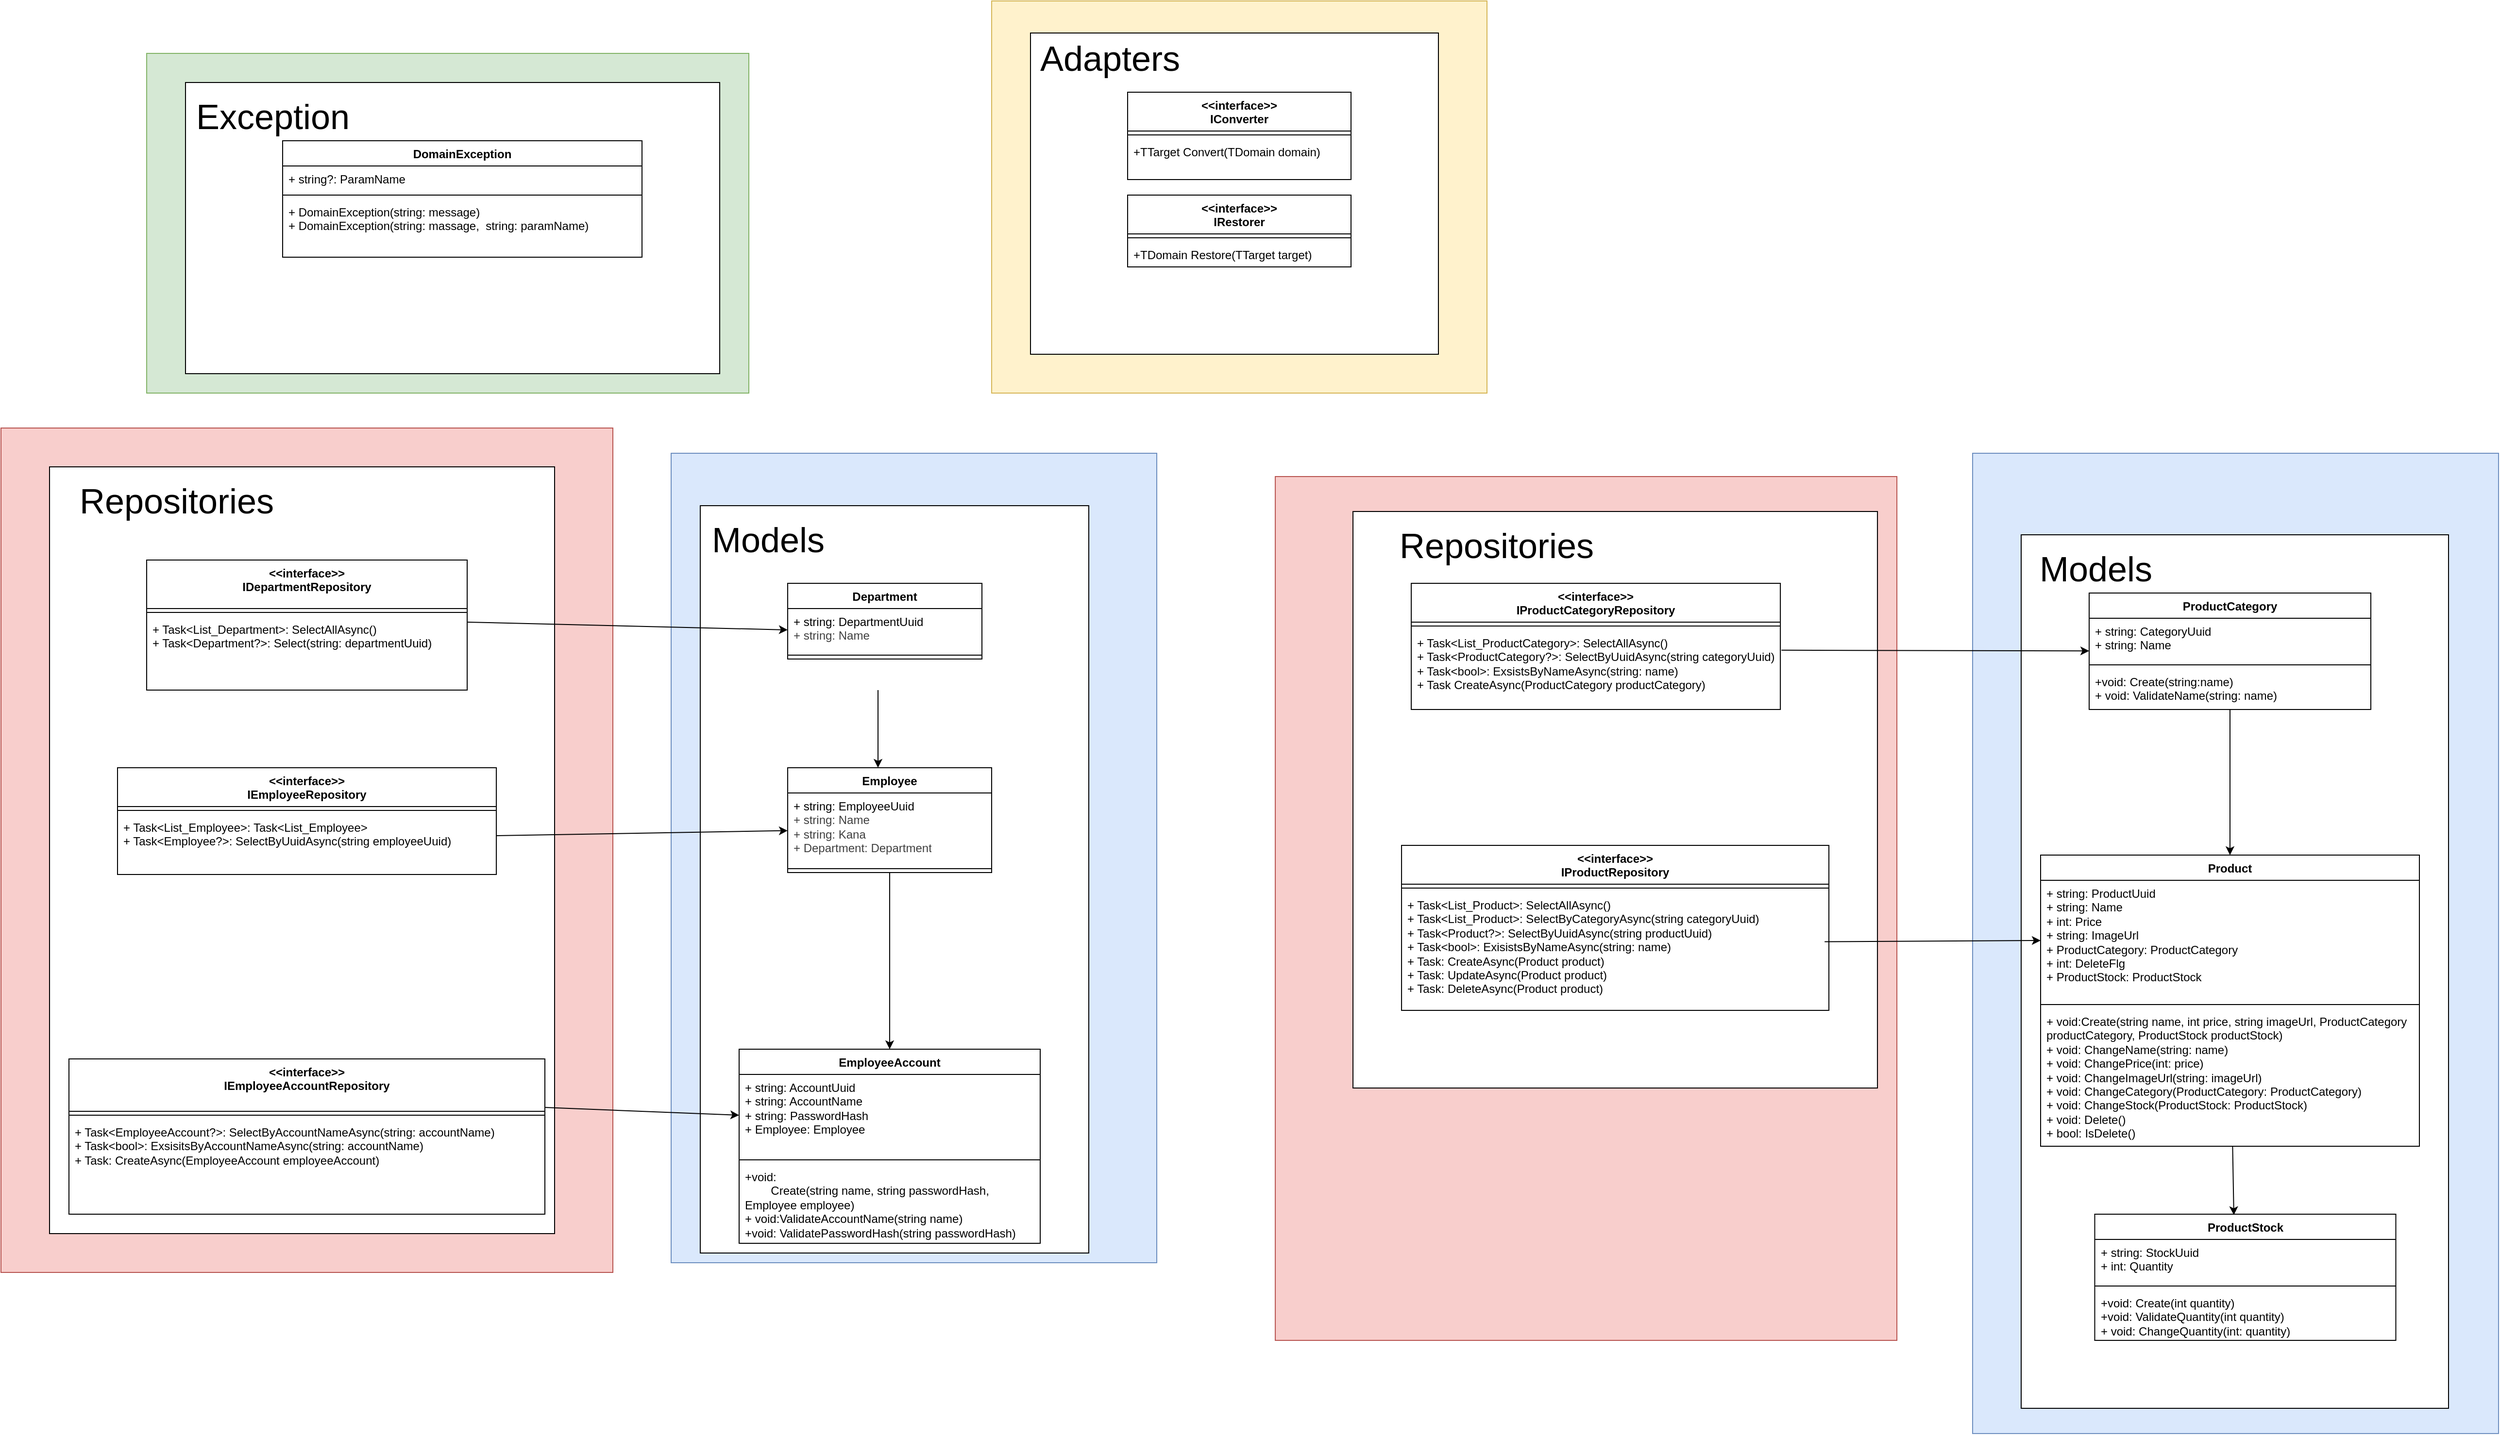
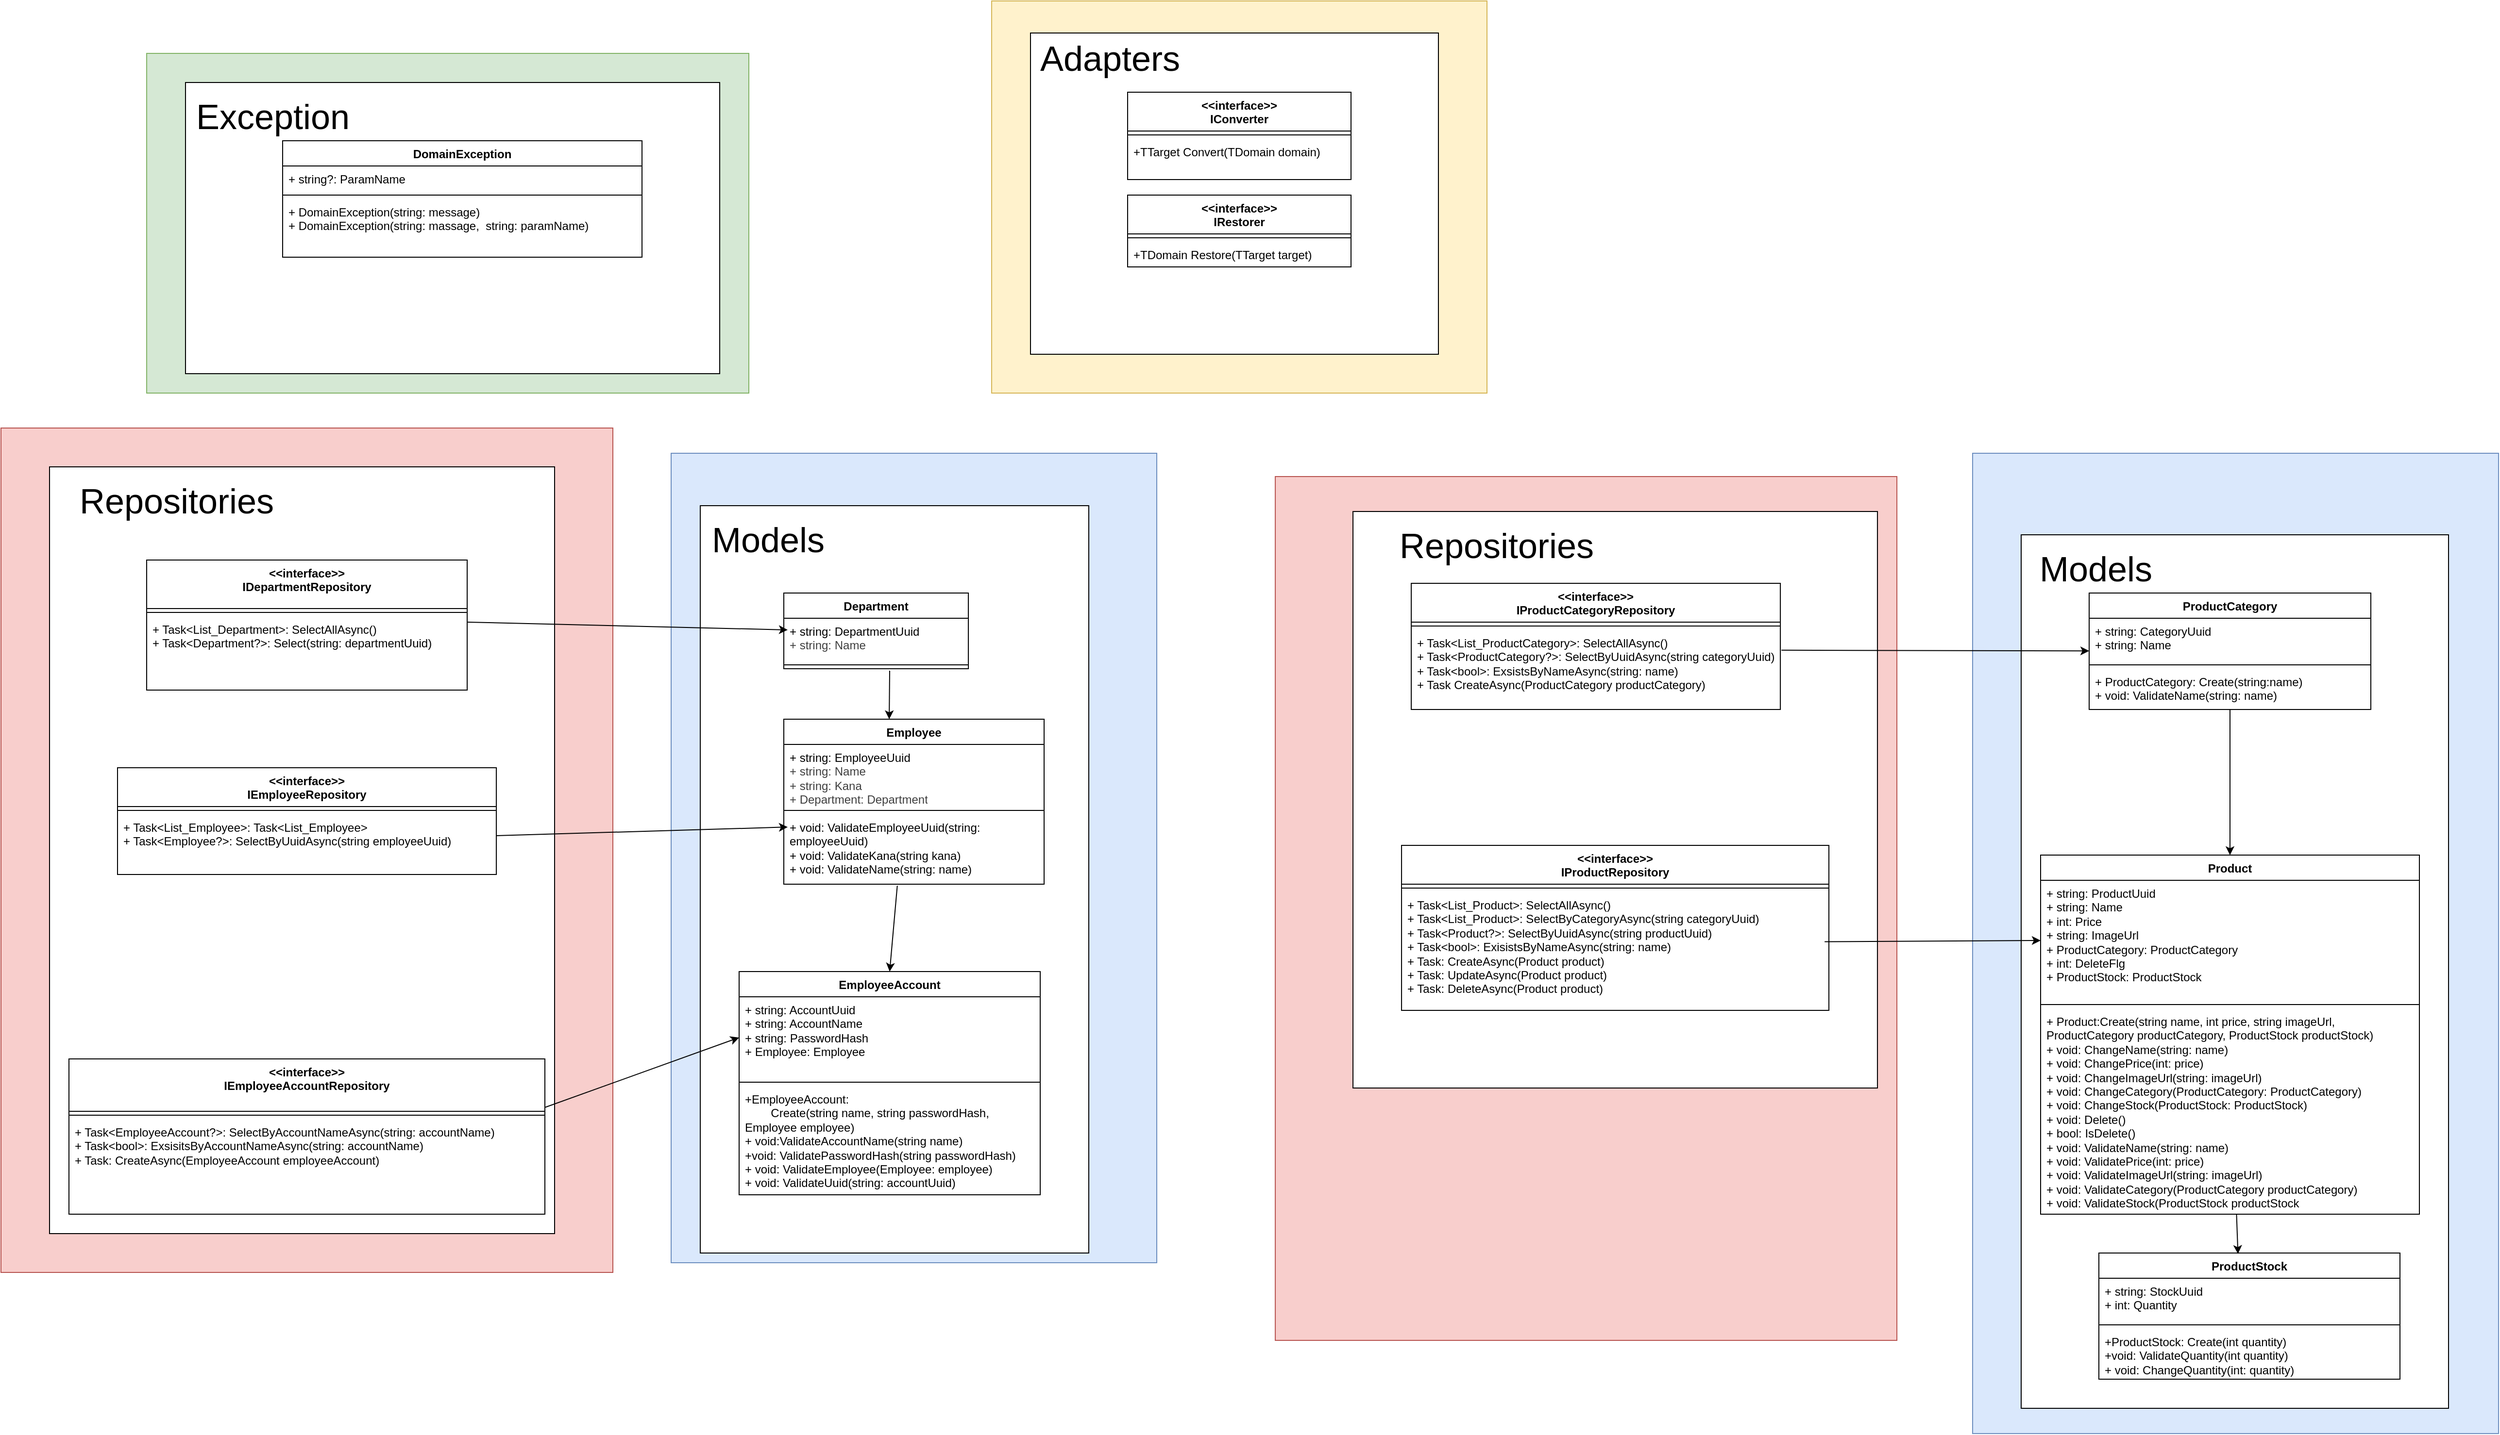
<mxfile host="65bd71144e">
    <diagram id="KKfMD3SemsG6aV6jb4rE" name="ページ1">
-         <mxGraphModel dx="3276" dy="1979" grid="1" gridSize="10" guides="1" tooltips="1" connect="1" arrows="1" fold="1" page="1" pageScale="1" pageWidth="827" pageHeight="1169" math="0" shadow="0">
+         <mxGraphModel dx="4239" dy="2217" grid="1" gridSize="10" guides="1" tooltips="1" connect="1" arrows="1" fold="1" page="1" pageScale="1" pageWidth="827" pageHeight="1169" math="0" shadow="0">
            <root>
                <mxCell id="0"/>
                <mxCell id="1" parent="0"/>
                <mxCell id="99" value="" style="rounded=0;whiteSpace=wrap;html=1;fillColor=#d5e8d4;strokeColor=#82b366;" parent="1" vertex="1">
                    <mxGeometry x="-1460" y="-826" width="620" height="350" as="geometry"/>
                </mxCell>
                <mxCell id="97" value="" style="rounded=0;whiteSpace=wrap;html=1;" parent="1" vertex="1">
                    <mxGeometry x="-1420" y="-796" width="550" height="300" as="geometry"/>
                </mxCell>
                <mxCell id="88" value="" style="rounded=0;whiteSpace=wrap;html=1;fillColor=#dae8fc;strokeColor=#6c8ebf;" parent="1" vertex="1">
                    <mxGeometry x="420" y="-414" width="541.5" height="1010" as="geometry"/>
                </mxCell>
                <mxCell id="87" value="" style="rounded=0;whiteSpace=wrap;html=1;" parent="1" vertex="1">
                    <mxGeometry x="470" y="-330" width="440" height="900" as="geometry"/>
                </mxCell>
                <mxCell id="85" value="" style="rounded=0;whiteSpace=wrap;html=1;fillColor=#dae8fc;strokeColor=#6c8ebf;" parent="1" vertex="1">
                    <mxGeometry x="-920" y="-414" width="500" height="834" as="geometry"/>
                </mxCell>
                <mxCell id="84" value="" style="rounded=0;whiteSpace=wrap;html=1;" parent="1" vertex="1">
                    <mxGeometry x="-890" y="-360" width="400" height="770" as="geometry"/>
                </mxCell>
                <mxCell id="82" value="" style="rounded=0;whiteSpace=wrap;html=1;fillColor=#f8cecc;strokeColor=#b85450;" parent="1" vertex="1">
                    <mxGeometry x="-297.97" y="-390" width="640" height="890" as="geometry"/>
                </mxCell>
                <mxCell id="80" value="" style="rounded=0;whiteSpace=wrap;html=1;" parent="1" vertex="1">
                    <mxGeometry x="-217.97" y="-354" width="540" height="594" as="geometry"/>
                </mxCell>
                <mxCell id="78" value="" style="rounded=0;whiteSpace=wrap;html=1;fillColor=#f8cecc;strokeColor=#b85450;" parent="1" vertex="1">
                    <mxGeometry x="-1610" y="-440" width="630" height="870" as="geometry"/>
                </mxCell>
                <mxCell id="77" value="" style="rounded=0;whiteSpace=wrap;html=1;" parent="1" vertex="1">
                    <mxGeometry x="-1560" y="-400" width="520" height="790" as="geometry"/>
                </mxCell>
                <mxCell id="76" value="" style="rounded=0;whiteSpace=wrap;html=1;fillColor=#fff2cc;strokeColor=#d6b656;" parent="1" vertex="1">
                    <mxGeometry x="-590" y="-880" width="510" height="404" as="geometry"/>
                </mxCell>
                <mxCell id="74" value="" style="rounded=0;whiteSpace=wrap;html=1;" parent="1" vertex="1">
                    <mxGeometry x="-550" y="-847" width="420" height="331" as="geometry"/>
                </mxCell>
                <mxCell id="10" value="EmployeeAccount" style="swimlane;fontStyle=1;align=center;verticalAlign=top;childLayout=stackLayout;horizontal=1;startSize=26;horizontalStack=0;resizeParent=1;resizeParentMax=0;resizeLast=0;collapsible=1;marginBottom=0;whiteSpace=wrap;html=1;" parent="1" vertex="1">
-                     <mxGeometry x="-850" y="200" width="310" height="200" as="geometry"/>
+                     <mxGeometry x="-850" y="120" width="310" height="230" as="geometry"/>
                </mxCell>
                <mxCell id="11" value="+ string: AccountUuid&lt;div&gt;+ string: AccountName&lt;/div&gt;&lt;div&gt;+ string: PasswordHash&lt;/div&gt;&lt;div&gt;+ Employee: Employee&lt;/div&gt;" style="text;strokeColor=none;fillColor=none;align=left;verticalAlign=top;spacingLeft=4;spacingRight=4;overflow=hidden;rotatable=0;points=[[0,0.5],[1,0.5]];portConstraint=eastwest;whiteSpace=wrap;html=1;" parent="10" vertex="1">
                    <mxGeometry y="26" width="310" height="84" as="geometry"/>
                </mxCell>
                <mxCell id="12" value="" style="line;strokeWidth=1;fillColor=none;align=left;verticalAlign=middle;spacingTop=-1;spacingLeft=3;spacingRight=3;rotatable=0;labelPosition=right;points=[];portConstraint=eastwest;strokeColor=inherit;" parent="10" vertex="1">
                    <mxGeometry y="110" width="310" height="8" as="geometry"/>
                </mxCell>
-                 <mxCell id="13" value="&lt;div&gt;+void:&amp;nbsp; &lt;br&gt;&lt;span style=&quot;white-space: pre;&quot;&gt;&#x9;&lt;/span&gt;Create(string name, string passwordHash, Employee employee)&lt;/div&gt;&lt;div&gt;+ void:ValidateAccountName(string name)&lt;/div&gt;&lt;div&gt;+void: ValidatePasswordHash(string passwordHash)&lt;/div&gt;&lt;div&gt;&lt;br&gt;&lt;/div&gt;" style="text;strokeColor=none;fillColor=none;align=left;verticalAlign=top;spacingLeft=4;spacingRight=4;overflow=hidden;rotatable=0;points=[[0,0.5],[1,0.5]];portConstraint=eastwest;whiteSpace=wrap;html=1;" parent="10" vertex="1">
-                     <mxGeometry y="118" width="310" height="82" as="geometry"/>
+                 <mxCell id="13" value="&lt;div&gt;+EmployeeAccount:&amp;nbsp; &lt;br&gt;&lt;span style=&quot;white-space: pre;&quot;&gt;&#x9;&lt;/span&gt;Create(string name, string passwordHash, Employee employee)&lt;/div&gt;&lt;div&gt;+ void:ValidateAccountName(string name)&lt;/div&gt;&lt;div&gt;+void: ValidatePasswordHash(string passwordHash)&lt;/div&gt;&lt;div&gt;+ void: ValidateEmployee(Employee: employee)&lt;/div&gt;&lt;div&gt;+ void: ValidateUuid(string: accountUuid)&lt;/div&gt;" style="text;strokeColor=none;fillColor=none;align=left;verticalAlign=top;spacingLeft=4;spacingRight=4;overflow=hidden;rotatable=0;points=[[0,0.5],[1,0.5]];portConstraint=eastwest;whiteSpace=wrap;html=1;" parent="10" vertex="1">
+                     <mxGeometry y="118" width="310" height="112" as="geometry"/>
                </mxCell>
                <mxCell id="14" value="ProductCategory" style="swimlane;fontStyle=1;align=center;verticalAlign=top;childLayout=stackLayout;horizontal=1;startSize=26;horizontalStack=0;resizeParent=1;resizeParentMax=0;resizeLast=0;collapsible=1;marginBottom=0;whiteSpace=wrap;html=1;" parent="1" vertex="1">
                    <mxGeometry x="540" y="-270" width="290" height="120" as="geometry"/>
                </mxCell>
                <mxCell id="15" value="+ string: CategoryUuid&lt;div&gt;+ string: Name&lt;/div&gt;" style="text;strokeColor=none;fillColor=none;align=left;verticalAlign=top;spacingLeft=4;spacingRight=4;overflow=hidden;rotatable=0;points=[[0,0.5],[1,0.5]];portConstraint=eastwest;whiteSpace=wrap;html=1;" parent="14" vertex="1">
                    <mxGeometry y="26" width="290" height="44" as="geometry"/>
                </mxCell>
                <mxCell id="16" value="" style="line;strokeWidth=1;fillColor=none;align=left;verticalAlign=middle;spacingTop=-1;spacingLeft=3;spacingRight=3;rotatable=0;labelPosition=right;points=[];portConstraint=eastwest;strokeColor=inherit;" parent="14" vertex="1">
                    <mxGeometry y="70" width="290" height="8" as="geometry"/>
                </mxCell>
-                 <mxCell id="17" value="&lt;div&gt;+void: Create(string:name)&lt;/div&gt;+ void: ValidateName(string: name)" style="text;strokeColor=none;fillColor=none;align=left;verticalAlign=top;spacingLeft=4;spacingRight=4;overflow=hidden;rotatable=0;points=[[0,0.5],[1,0.5]];portConstraint=eastwest;whiteSpace=wrap;html=1;" parent="14" vertex="1">
+                 <mxCell id="17" value="&lt;div&gt;+ ProductCategory: Create(string:name)&lt;/div&gt;+ void: ValidateName(string: name)" style="text;strokeColor=none;fillColor=none;align=left;verticalAlign=top;spacingLeft=4;spacingRight=4;overflow=hidden;rotatable=0;points=[[0,0.5],[1,0.5]];portConstraint=eastwest;whiteSpace=wrap;html=1;" parent="14" vertex="1">
                    <mxGeometry y="78" width="290" height="42" as="geometry"/>
                </mxCell>
                <mxCell id="18" value="Product" style="swimlane;fontStyle=1;align=center;verticalAlign=top;childLayout=stackLayout;horizontal=1;startSize=26;horizontalStack=0;resizeParent=1;resizeParentMax=0;resizeLast=0;collapsible=1;marginBottom=0;whiteSpace=wrap;html=1;" parent="1" vertex="1">
-                     <mxGeometry x="490" width="390" height="300" as="geometry"/>
+                     <mxGeometry x="490" width="390" height="370" as="geometry"/>
                </mxCell>
                <mxCell id="19" value="+ string: ProductUuid&lt;div&gt;+ string: Name&lt;/div&gt;&lt;div&gt;+ int: Price&lt;/div&gt;&lt;div&gt;+ string: ImageUrl&lt;/div&gt;&lt;div&gt;+ ProductCategory: ProductCategory&lt;/div&gt;&lt;div&gt;+ int: DeleteFlg&lt;/div&gt;&lt;div&gt;+ ProductStock: ProductStock&lt;/div&gt;" style="text;strokeColor=none;fillColor=none;align=left;verticalAlign=top;spacingLeft=4;spacingRight=4;overflow=hidden;rotatable=0;points=[[0,0.5],[1,0.5]];portConstraint=eastwest;whiteSpace=wrap;html=1;" parent="18" vertex="1">
                    <mxGeometry y="26" width="390" height="124" as="geometry"/>
                </mxCell>
                <mxCell id="20" value="" style="line;strokeWidth=1;fillColor=none;align=left;verticalAlign=middle;spacingTop=-1;spacingLeft=3;spacingRight=3;rotatable=0;labelPosition=right;points=[];portConstraint=eastwest;strokeColor=inherit;" parent="18" vertex="1">
                    <mxGeometry y="150" width="390" height="8" as="geometry"/>
                </mxCell>
-                 <mxCell id="21" value="&lt;div&gt;+ void:Create(string name, int price, string imageUrl, ProductCategory productCategory, ProductStock productStock)&lt;/div&gt;+ void: ChangeName(string: name)&lt;div&gt;+ void: ChangePrice(int: price)&lt;/div&gt;&lt;div&gt;+ void: ChangeImageUrl(string: imageUrl)&lt;/div&gt;&lt;div&gt;+ void: ChangeCategory(ProductCategory: ProductCategory)&lt;/div&gt;&lt;div&gt;+ void: ChangeStock(ProductStock: ProductStock)&lt;/div&gt;&lt;div&gt;+ void: Delete()&lt;/div&gt;&lt;div&gt;+ bool: IsDelete()&amp;nbsp;&lt;/div&gt;" style="text;strokeColor=none;fillColor=none;align=left;verticalAlign=top;spacingLeft=4;spacingRight=4;overflow=hidden;rotatable=0;points=[[0,0.5],[1,0.5]];portConstraint=eastwest;whiteSpace=wrap;html=1;" parent="18" vertex="1">
-                     <mxGeometry y="158" width="390" height="142" as="geometry"/>
+                 <mxCell id="21" value="&lt;div&gt;+ Product:Create(string name, int price, string imageUrl, ProductCategory productCategory, ProductStock productStock)&lt;/div&gt;+ void: ChangeName(string: name)&lt;div&gt;+ void: ChangePrice(int: price)&lt;/div&gt;&lt;div&gt;+ void: ChangeImageUrl(string: imageUrl)&lt;/div&gt;&lt;div&gt;+ void: ChangeCategory(ProductCategory: ProductCategory)&lt;/div&gt;&lt;div&gt;+ void: ChangeStock(ProductStock: ProductStock)&lt;/div&gt;&lt;div&gt;+ void: Delete()&lt;/div&gt;&lt;div&gt;+ bool: IsDelete()&amp;nbsp;&lt;/div&gt;&lt;div&gt;+ void: ValidateName(string: name)&lt;/div&gt;&lt;div&gt;+ void: ValidatePrice(int: price)&lt;/div&gt;&lt;div&gt;+ void: ValidateImageUrl(string: imageUrl)&lt;/div&gt;&lt;div&gt;+ void: ValidateCategory(ProductCategory productCategory)&lt;/div&gt;&lt;div&gt;+ void: ValidateStock(ProductStock productStock&lt;/div&gt;" style="text;strokeColor=none;fillColor=none;align=left;verticalAlign=top;spacingLeft=4;spacingRight=4;overflow=hidden;rotatable=0;points=[[0,0.5],[1,0.5]];portConstraint=eastwest;whiteSpace=wrap;html=1;" parent="18" vertex="1">
+                     <mxGeometry y="158" width="390" height="212" as="geometry"/>
                </mxCell>
                <mxCell id="22" value="ProductStock" style="swimlane;fontStyle=1;align=center;verticalAlign=top;childLayout=stackLayout;horizontal=1;startSize=26;horizontalStack=0;resizeParent=1;resizeParentMax=0;resizeLast=0;collapsible=1;marginBottom=0;whiteSpace=wrap;html=1;" parent="1" vertex="1">
-                     <mxGeometry x="545.75" y="370" width="310" height="130" as="geometry"/>
+                     <mxGeometry x="550" y="410" width="310" height="130" as="geometry"/>
                </mxCell>
                <mxCell id="23" value="+ string: StockUuid&lt;div&gt;+ int: Quantity&lt;/div&gt;" style="text;strokeColor=none;fillColor=none;align=left;verticalAlign=top;spacingLeft=4;spacingRight=4;overflow=hidden;rotatable=0;points=[[0,0.5],[1,0.5]];portConstraint=eastwest;whiteSpace=wrap;html=1;" parent="22" vertex="1">
                    <mxGeometry y="26" width="310" height="44" as="geometry"/>
                </mxCell>
                <mxCell id="24" value="" style="line;strokeWidth=1;fillColor=none;align=left;verticalAlign=middle;spacingTop=-1;spacingLeft=3;spacingRight=3;rotatable=0;labelPosition=right;points=[];portConstraint=eastwest;strokeColor=inherit;" parent="22" vertex="1">
                    <mxGeometry y="70" width="310" height="8" as="geometry"/>
                </mxCell>
-                 <mxCell id="25" value="&lt;div&gt;+void: Create(int quantity)&lt;/div&gt;&lt;div&gt;+void: ValidateQuantity(int quantity)&lt;/div&gt;+ void: ChangeQuantity(int: quantity)&lt;div&gt;&lt;br&gt;&lt;/div&gt;" style="text;strokeColor=none;fillColor=none;align=left;verticalAlign=top;spacingLeft=4;spacingRight=4;overflow=hidden;rotatable=0;points=[[0,0.5],[1,0.5]];portConstraint=eastwest;whiteSpace=wrap;html=1;" parent="22" vertex="1">
+                 <mxCell id="25" value="&lt;div&gt;+ProductStock: Create(int quantity)&lt;/div&gt;&lt;div&gt;+void: ValidateQuantity(int quantity)&lt;/div&gt;+ void: ChangeQuantity(int: quantity)&lt;div&gt;&lt;br&gt;&lt;/div&gt;" style="text;strokeColor=none;fillColor=none;align=left;verticalAlign=top;spacingLeft=4;spacingRight=4;overflow=hidden;rotatable=0;points=[[0,0.5],[1,0.5]];portConstraint=eastwest;whiteSpace=wrap;html=1;" parent="22" vertex="1">
                    <mxGeometry y="78" width="310" height="52" as="geometry"/>
-                 </mxCell>
-                 <mxCell id="26" value="&lt;span style=&quot;color: rgb(0, 0, 0);&quot;&gt;Department&lt;/span&gt;" style="swimlane;fontStyle=1;align=center;verticalAlign=top;childLayout=stackLayout;horizontal=1;startSize=26;horizontalStack=0;resizeParent=1;resizeParentMax=0;resizeLast=0;collapsible=1;marginBottom=0;whiteSpace=wrap;html=1;" parent="1" vertex="1">
-                     <mxGeometry x="-800" y="-280" width="200" height="78" as="geometry"/>
-                 </mxCell>
-                 <mxCell id="27" value="&lt;span style=&quot;color: rgb(0, 0, 0);&quot;&gt;+ string: DepartmentUuid&lt;/span&gt;&lt;div style=&quot;color: rgb(63, 63, 63); scrollbar-color: rgb(226, 226, 226) rgb(251, 251, 251);&quot;&gt;+ string: Name&amp;nbsp;&lt;/div&gt;" style="text;strokeColor=none;fillColor=none;align=left;verticalAlign=top;spacingLeft=4;spacingRight=4;overflow=hidden;rotatable=0;points=[[0,0.5],[1,0.5]];portConstraint=eastwest;whiteSpace=wrap;html=1;" parent="26" vertex="1">
-                     <mxGeometry y="26" width="200" height="44" as="geometry"/>
-                 </mxCell>
-                 <mxCell id="28" value="" style="line;strokeWidth=1;fillColor=none;align=left;verticalAlign=middle;spacingTop=-1;spacingLeft=3;spacingRight=3;rotatable=0;labelPosition=right;points=[];portConstraint=eastwest;strokeColor=inherit;" parent="26" vertex="1">
-                     <mxGeometry y="70" width="200" height="8" as="geometry"/>
-                 </mxCell>
-                 <mxCell id="30" value="&lt;span style=&quot;color: rgb(0, 0, 0);&quot;&gt;Employee&lt;/span&gt;" style="swimlane;fontStyle=1;align=center;verticalAlign=top;childLayout=stackLayout;horizontal=1;startSize=26;horizontalStack=0;resizeParent=1;resizeParentMax=0;resizeLast=0;collapsible=1;marginBottom=0;whiteSpace=wrap;html=1;" parent="1" vertex="1">
-                     <mxGeometry x="-800" y="-90" width="210" height="108" as="geometry"/>
-                 </mxCell>
-                 <mxCell id="31" value="&lt;span style=&quot;color: rgb(0, 0, 0);&quot;&gt;+ string: EmployeeUuid&lt;/span&gt;&lt;div style=&quot;color: rgb(63, 63, 63); scrollbar-color: rgb(226, 226, 226) rgb(251, 251, 251);&quot;&gt;+ string: Name&lt;/div&gt;&lt;div style=&quot;color: rgb(63, 63, 63); scrollbar-color: rgb(226, 226, 226) rgb(251, 251, 251);&quot;&gt;+ string: Kana&lt;/div&gt;&lt;div style=&quot;color: rgb(63, 63, 63); scrollbar-color: rgb(226, 226, 226) rgb(251, 251, 251);&quot;&gt;+ Department: Department&lt;/div&gt;" style="text;strokeColor=none;fillColor=none;align=left;verticalAlign=top;spacingLeft=4;spacingRight=4;overflow=hidden;rotatable=0;points=[[0,0.5],[1,0.5]];portConstraint=eastwest;whiteSpace=wrap;html=1;" parent="30" vertex="1">
-                     <mxGeometry y="26" width="210" height="74" as="geometry"/>
-                 </mxCell>
-                 <mxCell id="32" value="" style="line;strokeWidth=1;fillColor=none;align=left;verticalAlign=middle;spacingTop=-1;spacingLeft=3;spacingRight=3;rotatable=0;labelPosition=right;points=[];portConstraint=eastwest;strokeColor=inherit;" parent="30" vertex="1">
-                     <mxGeometry y="100" width="210" height="8" as="geometry"/>
                </mxCell>
                <mxCell id="34" value="&amp;lt;&amp;lt;interface&amp;gt;&amp;gt;&lt;div&gt;IConverter&lt;/div&gt;" style="swimlane;fontStyle=1;align=center;verticalAlign=top;childLayout=stackLayout;horizontal=1;startSize=40;horizontalStack=0;resizeParent=1;resizeParentMax=0;resizeLast=0;collapsible=1;marginBottom=0;whiteSpace=wrap;html=1;" parent="1" vertex="1">
                    <mxGeometry x="-450" y="-786" width="230" height="90" as="geometry"/>
                </mxCell>
                <mxCell id="35" value="" style="line;strokeWidth=1;fillColor=none;align=left;verticalAlign=middle;spacingTop=-1;spacingLeft=3;spacingRight=3;rotatable=0;labelPosition=right;points=[];portConstraint=eastwest;strokeColor=inherit;" parent="34" vertex="1">
                    <mxGeometry y="40" width="230" height="8" as="geometry"/>
                </mxCell>
                <mxCell id="36" value="+TTarget Convert(TDomain domain)" style="text;strokeColor=none;fillColor=none;align=left;verticalAlign=top;spacingLeft=4;spacingRight=4;overflow=hidden;rotatable=0;points=[[0,0.5],[1,0.5]];portConstraint=eastwest;whiteSpace=wrap;html=1;" parent="34" vertex="1">
                    <mxGeometry y="48" width="230" height="42" as="geometry"/>
                </mxCell>
                <mxCell id="37" value="&amp;lt;&amp;lt;interface&amp;gt;&amp;gt;&lt;div&gt;IRestorer&lt;/div&gt;" style="swimlane;fontStyle=1;align=center;verticalAlign=top;childLayout=stackLayout;horizontal=1;startSize=40;horizontalStack=0;resizeParent=1;resizeParentMax=0;resizeLast=0;collapsible=1;marginBottom=0;whiteSpace=wrap;html=1;" parent="1" vertex="1">
                    <mxGeometry x="-450" y="-680" width="230" height="74" as="geometry"/>
                </mxCell>
                <mxCell id="38" value="" style="line;strokeWidth=1;fillColor=none;align=left;verticalAlign=middle;spacingTop=-1;spacingLeft=3;spacingRight=3;rotatable=0;labelPosition=right;points=[];portConstraint=eastwest;strokeColor=inherit;" parent="37" vertex="1">
                    <mxGeometry y="40" width="230" height="8" as="geometry"/>
                </mxCell>
                <mxCell id="39" value="+TDomain Restore(TTarget target)" style="text;strokeColor=none;fillColor=none;align=left;verticalAlign=top;spacingLeft=4;spacingRight=4;overflow=hidden;rotatable=0;points=[[0,0.5],[1,0.5]];portConstraint=eastwest;whiteSpace=wrap;html=1;" parent="37" vertex="1">
                    <mxGeometry y="48" width="230" height="26" as="geometry"/>
                </mxCell>
                <mxCell id="40" value="&amp;lt;&amp;lt;interface&amp;gt;&amp;gt;&lt;br&gt;IDepartmentRepository" style="swimlane;fontStyle=1;align=center;verticalAlign=top;childLayout=stackLayout;horizontal=1;startSize=50;horizontalStack=0;resizeParent=1;resizeParentMax=0;resizeLast=0;collapsible=1;marginBottom=0;whiteSpace=wrap;html=1;" parent="1" vertex="1">
                    <mxGeometry x="-1460" y="-304" width="330" height="134" as="geometry"/>
                </mxCell>
                <mxCell id="42" value="" style="line;strokeWidth=1;fillColor=none;align=left;verticalAlign=middle;spacingTop=-1;spacingLeft=3;spacingRight=3;rotatable=0;labelPosition=right;points=[];portConstraint=eastwest;strokeColor=inherit;" parent="40" vertex="1">
                    <mxGeometry y="50" width="330" height="8" as="geometry"/>
                </mxCell>
                <mxCell id="43" value="+ Task&amp;lt;List_Department&amp;gt;: SelectAllAsync()&lt;div&gt;+ Task&amp;lt;Department?&amp;gt;: Select(string: departmentUuid)&lt;/div&gt;" style="text;strokeColor=none;fillColor=none;align=left;verticalAlign=top;spacingLeft=4;spacingRight=4;overflow=hidden;rotatable=0;points=[[0,0.5],[1,0.5]];portConstraint=eastwest;whiteSpace=wrap;html=1;" parent="40" vertex="1">
                    <mxGeometry y="58" width="330" height="76" as="geometry"/>
                </mxCell>
                <mxCell id="45" value="&amp;lt;&amp;lt;interface&amp;gt;&amp;gt;&lt;br&gt;IEmployeeRepository" style="swimlane;fontStyle=1;align=center;verticalAlign=top;childLayout=stackLayout;horizontal=1;startSize=40;horizontalStack=0;resizeParent=1;resizeParentMax=0;resizeLast=0;collapsible=1;marginBottom=0;whiteSpace=wrap;html=1;" parent="1" vertex="1">
                    <mxGeometry x="-1490" y="-90" width="390" height="110" as="geometry"/>
                </mxCell>
                <mxCell id="47" value="" style="line;strokeWidth=1;fillColor=none;align=left;verticalAlign=middle;spacingTop=-1;spacingLeft=3;spacingRight=3;rotatable=0;labelPosition=right;points=[];portConstraint=eastwest;strokeColor=inherit;" parent="45" vertex="1">
                    <mxGeometry y="40" width="390" height="8" as="geometry"/>
                </mxCell>
                <mxCell id="48" value="&lt;span style=&quot;color: rgb(0, 0, 0);&quot;&gt;+ Task&amp;lt;List_Employee&amp;gt;: Task&amp;lt;List_Employee&amp;gt;&lt;br&gt;+ Task&amp;lt;Employee?&amp;gt;: SelectByUuidAsync(string employeeUuid)&lt;/span&gt;" style="text;strokeColor=none;fillColor=none;align=left;verticalAlign=top;spacingLeft=4;spacingRight=4;overflow=hidden;rotatable=0;points=[[0,0.5],[1,0.5]];portConstraint=eastwest;whiteSpace=wrap;html=1;" parent="45" vertex="1">
                    <mxGeometry y="48" width="390" height="62" as="geometry"/>
                </mxCell>
                <mxCell id="49" value="&amp;lt;&amp;lt;interface&amp;gt;&amp;gt;&lt;br&gt;IEmployeeAccountRepository" style="swimlane;fontStyle=1;align=center;verticalAlign=top;childLayout=stackLayout;horizontal=1;startSize=54;horizontalStack=0;resizeParent=1;resizeParentMax=0;resizeLast=0;collapsible=1;marginBottom=0;whiteSpace=wrap;html=1;" parent="1" vertex="1">
                    <mxGeometry x="-1540" y="210" width="490" height="160" as="geometry"/>
                </mxCell>
                <mxCell id="51" value="" style="line;strokeWidth=1;fillColor=none;align=left;verticalAlign=middle;spacingTop=-1;spacingLeft=3;spacingRight=3;rotatable=0;labelPosition=right;points=[];portConstraint=eastwest;strokeColor=inherit;" parent="49" vertex="1">
                    <mxGeometry y="54" width="490" height="8" as="geometry"/>
                </mxCell>
                <mxCell id="52" value="+ Task&amp;lt;EmployeeAccount?&amp;gt;: SelectByAccountNameAsync(string: accountName)&lt;div&gt;+ Task&amp;lt;bool&amp;gt;: ExsisitsByAccountNameAsync(string: accountName)&lt;/div&gt;&lt;div&gt;+ Task: CreateAsync(EmployeeAccount employeeAccount)&lt;/div&gt;" style="text;strokeColor=none;fillColor=none;align=left;verticalAlign=top;spacingLeft=4;spacingRight=4;overflow=hidden;rotatable=0;points=[[0,0.5],[1,0.5]];portConstraint=eastwest;whiteSpace=wrap;html=1;" parent="49" vertex="1">
                    <mxGeometry y="62" width="490" height="98" as="geometry"/>
                </mxCell>
                <mxCell id="53" value="&amp;lt;&amp;lt;interface&amp;gt;&amp;gt;&lt;br&gt;IProductCategoryRepository" style="swimlane;fontStyle=1;align=center;verticalAlign=top;childLayout=stackLayout;horizontal=1;startSize=40;horizontalStack=0;resizeParent=1;resizeParentMax=0;resizeLast=0;collapsible=1;marginBottom=0;whiteSpace=wrap;html=1;" parent="1" vertex="1">
                    <mxGeometry x="-157.97" y="-280" width="380" height="130" as="geometry"/>
                </mxCell>
                <mxCell id="55" value="" style="line;strokeWidth=1;fillColor=none;align=left;verticalAlign=middle;spacingTop=-1;spacingLeft=3;spacingRight=3;rotatable=0;labelPosition=right;points=[];portConstraint=eastwest;strokeColor=inherit;" parent="53" vertex="1">
                    <mxGeometry y="40" width="380" height="8" as="geometry"/>
                </mxCell>
                <mxCell id="56" value="+ Task&amp;lt;List_ProductCategory&amp;gt;: SelectAllAsync()&lt;div&gt;+ Task&amp;lt;ProductCategory?&amp;gt;: SelectByUuidAsync(string categoryUuid)&lt;/div&gt;&lt;div&gt;+ Task&amp;lt;bool&amp;gt;: ExsistsByNameAsync(string: name)&lt;/div&gt;&lt;div&gt;+ Task CreateAsync(ProductCategory productCategory)&lt;/div&gt;" style="text;strokeColor=none;fillColor=none;align=left;verticalAlign=top;spacingLeft=4;spacingRight=4;overflow=hidden;rotatable=0;points=[[0,0.5],[1,0.5]];portConstraint=eastwest;whiteSpace=wrap;html=1;" parent="53" vertex="1">
                    <mxGeometry y="48" width="380" height="82" as="geometry"/>
                </mxCell>
                <mxCell id="58" value="&amp;lt;&amp;lt;interface&amp;gt;&amp;gt;&lt;div&gt;IProductRepository&lt;/div&gt;" style="swimlane;fontStyle=1;align=center;verticalAlign=top;childLayout=stackLayout;horizontal=1;startSize=40;horizontalStack=0;resizeParent=1;resizeParentMax=0;resizeLast=0;collapsible=1;marginBottom=0;whiteSpace=wrap;html=1;" parent="1" vertex="1">
                    <mxGeometry x="-167.97" y="-10" width="440" height="170" as="geometry"/>
                </mxCell>
                <mxCell id="60" value="" style="line;strokeWidth=1;fillColor=none;align=left;verticalAlign=middle;spacingTop=-1;spacingLeft=3;spacingRight=3;rotatable=0;labelPosition=right;points=[];portConstraint=eastwest;strokeColor=inherit;" parent="58" vertex="1">
                    <mxGeometry y="40" width="440" height="8" as="geometry"/>
                </mxCell>
                <mxCell id="61" value="+ Task&amp;lt;List_Product&amp;gt;: SelectAllAsync()&lt;div&gt;+ Task&amp;lt;List_Product&amp;gt;: SelectByCategoryAsync(string categoryUuid)&lt;/div&gt;&lt;div&gt;+ Task&amp;lt;Product?&amp;gt;: SelectByUuidAsync(string productUuid)&lt;/div&gt;&lt;div&gt;+ Task&amp;lt;bool&amp;gt;: ExisistsByNameAsync(string: name)&lt;/div&gt;&lt;div&gt;+ Task: CreateAsync(Product product)&lt;/div&gt;&lt;div&gt;+ Task: UpdateAsync(Product product)&lt;/div&gt;&lt;div&gt;+ Task: DeleteAsync(Product product)&lt;/div&gt;" style="text;strokeColor=none;fillColor=none;align=left;verticalAlign=top;spacingLeft=4;spacingRight=4;overflow=hidden;rotatable=0;points=[[0,0.5],[1,0.5]];portConstraint=eastwest;whiteSpace=wrap;html=1;" parent="58" vertex="1">
                    <mxGeometry y="48" width="440" height="122" as="geometry"/>
                </mxCell>
                <mxCell id="65" value="" style="endArrow=classic;html=1;" parent="1" edge="1">
                    <mxGeometry width="50" height="50" relative="1" as="geometry">
-                         <mxPoint x="-707" y="-170" as="sourcePoint"/>
-                         <mxPoint x="-707" y="-90" as="targetPoint"/>
-                     </mxGeometry>
-                 </mxCell>
-                 <mxCell id="67" value="" style="endArrow=classic;html=1;entryX=0;entryY=0.5;entryDx=0;entryDy=0;" parent="1" target="27" edge="1">
+                         <mxPoint x="-695" y="-190" as="sourcePoint"/>
+                         <mxPoint x="-695.45" y="-140" as="targetPoint"/>
+                     </mxGeometry>
+                 </mxCell>
+                 <mxCell id="67" value="" style="endArrow=classic;html=1;entryX=0;entryY=0.5;entryDx=0;entryDy=0;" parent="1" edge="1">
                    <mxGeometry width="50" height="50" relative="1" as="geometry">
                        <mxPoint x="-1130" y="-240" as="sourcePoint"/>
-                         <mxPoint x="-903" y="-242" as="targetPoint"/>
-                     </mxGeometry>
-                 </mxCell>
-                 <mxCell id="68" value="" style="endArrow=classic;html=1;" parent="1" target="31" edge="1">
+                         <mxPoint x="-800" y="-232" as="targetPoint"/>
+                     </mxGeometry>
+                 </mxCell>
+                 <mxCell id="68" value="" style="endArrow=classic;html=1;" parent="1" edge="1">
                    <mxGeometry width="50" height="50" relative="1" as="geometry">
                        <mxPoint x="-1100" y="-20" as="sourcePoint"/>
-                         <mxPoint x="-904" y="-20" as="targetPoint"/>
+                         <mxPoint x="-800" y="-28.888888888888687" as="targetPoint"/>
                    </mxGeometry>
                </mxCell>
                <mxCell id="69" value="" style="endArrow=classic;html=1;entryX=0;entryY=0.5;entryDx=0;entryDy=0;" parent="1" target="11" edge="1">
                    <mxGeometry width="50" height="50" relative="1" as="geometry">
                        <mxPoint x="-1050" y="260" as="sourcePoint"/>
                        <mxPoint x="-953" y="258" as="targetPoint"/>
                    </mxGeometry>
                </mxCell>
                <mxCell id="72" value="" style="endArrow=classic;html=1;exitX=1.003;exitY=0.255;exitDx=0;exitDy=0;exitPerimeter=0;" parent="1" source="56" target="14" edge="1">
                    <mxGeometry width="50" height="50" relative="1" as="geometry">
                        <mxPoint x="282.03" y="-210" as="sourcePoint"/>
                        <mxPoint x="490.0000000000002" y="-208.67999999999984" as="targetPoint"/>
                    </mxGeometry>
                </mxCell>
                <mxCell id="73" value="" style="endArrow=classic;html=1;entryX=0;entryY=0.5;entryDx=0;entryDy=0;exitX=0.99;exitY=0.42;exitDx=0;exitDy=0;exitPerimeter=0;" parent="1" source="61" target="19" edge="1">
                    <mxGeometry width="50" height="50" relative="1" as="geometry">
                        <mxPoint x="282.03" y="90" as="sourcePoint"/>
                        <mxPoint x="412.03" y="88" as="targetPoint"/>
                    </mxGeometry>
                </mxCell>
                <mxCell id="75" value="&lt;font style=&quot;font-size: 36px;&quot;&gt;Adapters&lt;/font&gt;" style="text;html=1;align=center;verticalAlign=middle;whiteSpace=wrap;rounded=0;" parent="1" vertex="1">
                    <mxGeometry x="-498" y="-836" width="60" height="30" as="geometry"/>
                </mxCell>
                <mxCell id="79" value="&lt;font style=&quot;font-size: 36px;&quot;&gt;Repositories&lt;/font&gt;" style="text;html=1;align=center;verticalAlign=middle;whiteSpace=wrap;rounded=0;" parent="1" vertex="1">
                    <mxGeometry x="-1459" y="-380" width="60" height="30" as="geometry"/>
                </mxCell>
                <mxCell id="81" value="&lt;font style=&quot;font-size: 36px;&quot;&gt;Repositories&lt;/font&gt;" style="text;html=1;align=center;verticalAlign=middle;whiteSpace=wrap;rounded=0;" parent="1" vertex="1">
                    <mxGeometry x="-100" y="-334" width="60" height="30" as="geometry"/>
                </mxCell>
                <mxCell id="86" value="&lt;span style=&quot;font-size: 36px;&quot;&gt;Models&lt;/span&gt;" style="text;html=1;align=center;verticalAlign=middle;whiteSpace=wrap;rounded=0;" parent="1" vertex="1">
                    <mxGeometry x="-850" y="-340" width="60" height="30" as="geometry"/>
                </mxCell>
                <mxCell id="90" value="&lt;span style=&quot;font-size: 36px;&quot;&gt;Models&lt;/span&gt;" style="text;html=1;align=center;verticalAlign=middle;whiteSpace=wrap;rounded=0;" parent="1" vertex="1">
                    <mxGeometry x="517" y="-310" width="60" height="30" as="geometry"/>
                </mxCell>
                <mxCell id="93" value="DomainException" style="swimlane;fontStyle=1;align=center;verticalAlign=top;childLayout=stackLayout;horizontal=1;startSize=26;horizontalStack=0;resizeParent=1;resizeParentMax=0;resizeLast=0;collapsible=1;marginBottom=0;whiteSpace=wrap;html=1;" parent="1" vertex="1">
                    <mxGeometry x="-1320" y="-736" width="370" height="120" as="geometry"/>
                </mxCell>
                <mxCell id="94" value="+ string?: ParamName" style="text;strokeColor=none;fillColor=none;align=left;verticalAlign=top;spacingLeft=4;spacingRight=4;overflow=hidden;rotatable=0;points=[[0,0.5],[1,0.5]];portConstraint=eastwest;whiteSpace=wrap;html=1;" parent="93" vertex="1">
                    <mxGeometry y="26" width="370" height="26" as="geometry"/>
                </mxCell>
                <mxCell id="95" value="" style="line;strokeWidth=1;fillColor=none;align=left;verticalAlign=middle;spacingTop=-1;spacingLeft=3;spacingRight=3;rotatable=0;labelPosition=right;points=[];portConstraint=eastwest;strokeColor=inherit;" parent="93" vertex="1">
                    <mxGeometry y="52" width="370" height="8" as="geometry"/>
                </mxCell>
                <mxCell id="96" value="+ DomainException(string: message)&lt;div&gt;+ DomainException(string: massage,&amp;nbsp; string: paramName)&lt;/div&gt;" style="text;strokeColor=none;fillColor=none;align=left;verticalAlign=top;spacingLeft=4;spacingRight=4;overflow=hidden;rotatable=0;points=[[0,0.5],[1,0.5]];portConstraint=eastwest;whiteSpace=wrap;html=1;" parent="93" vertex="1">
                    <mxGeometry y="60" width="370" height="60" as="geometry"/>
                </mxCell>
                <mxCell id="98" value="&lt;font style=&quot;font-size: 36px;&quot;&gt;Exception&lt;/font&gt;" style="text;html=1;align=center;verticalAlign=middle;whiteSpace=wrap;rounded=0;" parent="1" vertex="1">
                    <mxGeometry x="-1360" y="-776" width="60" height="30" as="geometry"/>
                </mxCell>
                <mxCell id="70" value="" style="endArrow=classic;html=1;" parent="1" source="14" target="18" edge="1">
                    <mxGeometry width="50" height="50" relative="1" as="geometry">
                        <mxPoint x="645.75" y="-140" as="sourcePoint"/>
                        <mxPoint x="695.75" y="-190" as="targetPoint"/>
                    </mxGeometry>
                </mxCell>
                <mxCell id="71" value="" style="endArrow=classic;html=1;entryX=0.462;entryY=0.007;entryDx=0;entryDy=0;entryPerimeter=0;" parent="1" source="18" target="22" edge="1">
                    <mxGeometry width="50" height="50" relative="1" as="geometry">
                        <mxPoint x="660" y="280" as="sourcePoint"/>
                        <mxPoint x="710" y="230" as="targetPoint"/>
                    </mxGeometry>
                </mxCell>
-                 <mxCell id="66" value="" style="endArrow=classic;html=1;entryX=0.5;entryY=0;entryDx=0;entryDy=0;" parent="1" target="10" edge="1" source="30">
-                     <mxGeometry width="50" height="50" relative="1" as="geometry">
-                         <mxPoint x="-697" y="70" as="sourcePoint"/>
+                 <mxCell id="66" value="" style="endArrow=classic;html=1;entryX=0.5;entryY=0;entryDx=0;entryDy=0;exitX=0.436;exitY=1.022;exitDx=0;exitDy=0;exitPerimeter=0;" parent="1" source="104" target="10" edge="1">
+                     <mxGeometry width="50" height="50" relative="1" as="geometry">
+                         <mxPoint x="-695" y="-24" as="sourcePoint"/>
                        <mxPoint x="-647" y="20" as="targetPoint"/>
                    </mxGeometry>
+                 </mxCell>
+                 <mxCell id="101" value="Employee" style="swimlane;fontStyle=1;align=center;verticalAlign=top;childLayout=stackLayout;horizontal=1;startSize=26;horizontalStack=0;resizeParent=1;resizeParentMax=0;resizeLast=0;collapsible=1;marginBottom=0;whiteSpace=wrap;html=1;" vertex="1" parent="1">
+                     <mxGeometry x="-804" y="-140" width="268" height="170" as="geometry"/>
+                 </mxCell>
+                 <mxCell id="102" value="&lt;span style=&quot;scrollbar-color: rgb(226, 226, 226) rgb(251, 251, 251); color: rgb(0, 0, 0);&quot;&gt;+ string: EmployeeUuid&lt;/span&gt;&lt;div style=&quot;scrollbar-color: rgb(226, 226, 226) rgb(251, 251, 251); color: rgb(63, 63, 63);&quot;&gt;+ string: Name&lt;/div&gt;&lt;div style=&quot;scrollbar-color: rgb(226, 226, 226) rgb(251, 251, 251); color: rgb(63, 63, 63);&quot;&gt;+ string: Kana&lt;/div&gt;&lt;div style=&quot;scrollbar-color: rgb(226, 226, 226) rgb(251, 251, 251); color: rgb(63, 63, 63);&quot;&gt;+ Department: Department&lt;/div&gt;" style="text;strokeColor=none;fillColor=none;align=left;verticalAlign=top;spacingLeft=4;spacingRight=4;overflow=hidden;rotatable=0;points=[[0,0.5],[1,0.5]];portConstraint=eastwest;whiteSpace=wrap;html=1;" vertex="1" parent="101">
+                     <mxGeometry y="26" width="268" height="64" as="geometry"/>
+                 </mxCell>
+                 <mxCell id="103" value="" style="line;strokeWidth=1;fillColor=none;align=left;verticalAlign=middle;spacingTop=-1;spacingLeft=3;spacingRight=3;rotatable=0;labelPosition=right;points=[];portConstraint=eastwest;strokeColor=inherit;" vertex="1" parent="101">
+                     <mxGeometry y="90" width="268" height="8" as="geometry"/>
+                 </mxCell>
+                 <mxCell id="104" value="+ void: ValidateEmployeeUuid(string: employeeUuid)&lt;div&gt;+ void: ValidateKana(string kana)&lt;/div&gt;&lt;div&gt;+ void: ValidateName(string: name)&lt;/div&gt;&lt;div&gt;&lt;br&gt;&lt;/div&gt;" style="text;strokeColor=none;fillColor=none;align=left;verticalAlign=top;spacingLeft=4;spacingRight=4;overflow=hidden;rotatable=0;points=[[0,0.5],[1,0.5]];portConstraint=eastwest;whiteSpace=wrap;html=1;" vertex="1" parent="101">
+                     <mxGeometry y="98" width="268" height="72" as="geometry"/>
+                 </mxCell>
+                 <mxCell id="105" value="Department" style="swimlane;fontStyle=1;align=center;verticalAlign=top;childLayout=stackLayout;horizontal=1;startSize=26;horizontalStack=0;resizeParent=1;resizeParentMax=0;resizeLast=0;collapsible=1;marginBottom=0;whiteSpace=wrap;html=1;" vertex="1" parent="1">
+                     <mxGeometry x="-804" y="-270" width="190" height="78" as="geometry"/>
+                 </mxCell>
+                 <mxCell id="106" value="&lt;span style=&quot;scrollbar-color: rgb(226, 226, 226) rgb(251, 251, 251); color: rgb(0, 0, 0);&quot;&gt;+ string: DepartmentUuid&lt;/span&gt;&lt;div style=&quot;scrollbar-color: rgb(226, 226, 226) rgb(251, 251, 251); color: rgb(63, 63, 63);&quot;&gt;+ string: Name&amp;nbsp;&lt;/div&gt;" style="text;strokeColor=none;fillColor=none;align=left;verticalAlign=top;spacingLeft=4;spacingRight=4;overflow=hidden;rotatable=0;points=[[0,0.5],[1,0.5]];portConstraint=eastwest;whiteSpace=wrap;html=1;" vertex="1" parent="105">
+                     <mxGeometry y="26" width="190" height="44" as="geometry"/>
+                 </mxCell>
+                 <mxCell id="107" value="" style="line;strokeWidth=1;fillColor=none;align=left;verticalAlign=middle;spacingTop=-1;spacingLeft=3;spacingRight=3;rotatable=0;labelPosition=right;points=[];portConstraint=eastwest;strokeColor=inherit;" vertex="1" parent="105">
+                     <mxGeometry y="70" width="190" height="8" as="geometry"/>
                </mxCell>
            </root>
        </mxGraphModel>
    </diagram>
</mxfile>